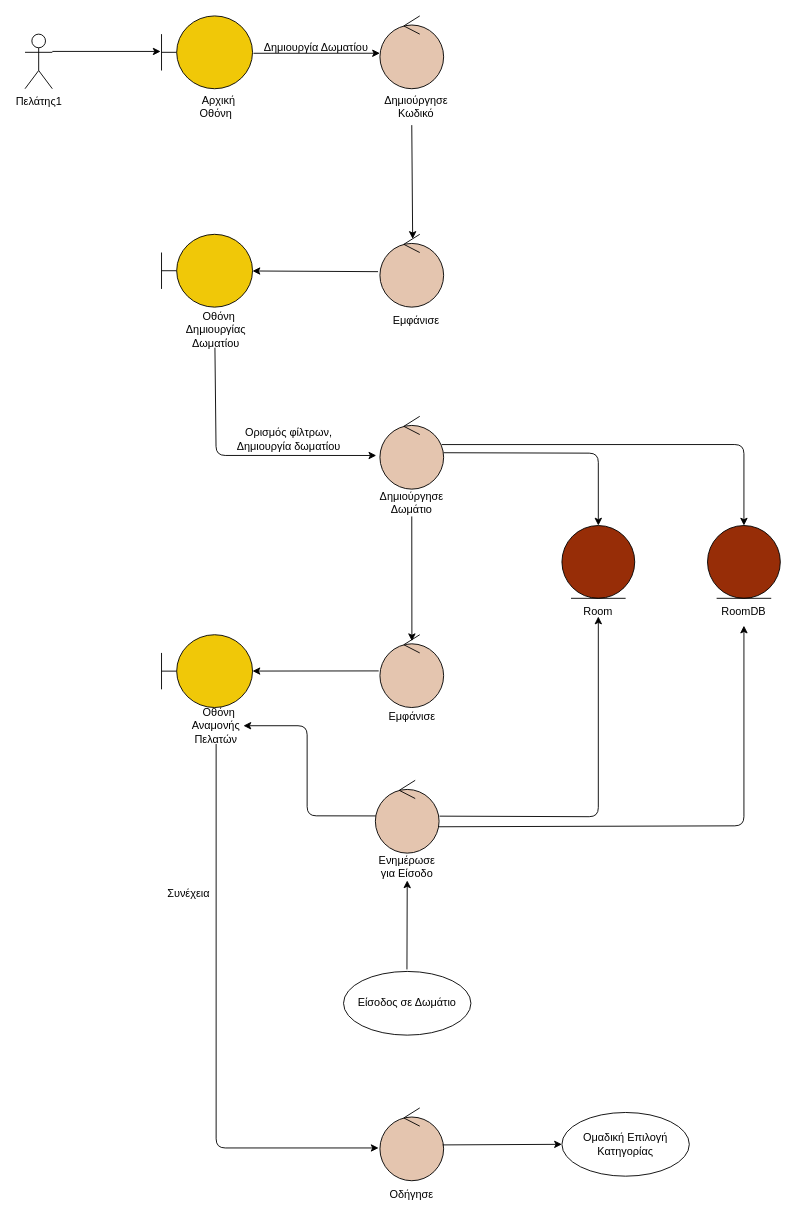
Earlier version of the draw.io diagram docs/contributions/JoannaAgo/Phase_5/Create Room/Create_Room_Robustness.drawio (iloudaros/nomnomr). Source tidied: cells renumbered, new cells numbered last; positions are measured from the earlier drawing's top-left corner, leaving out a move shared by most shapes. Both pictures are drawn from the tidied source at 91%, with x=0, y=0 at pixel (25, 15).
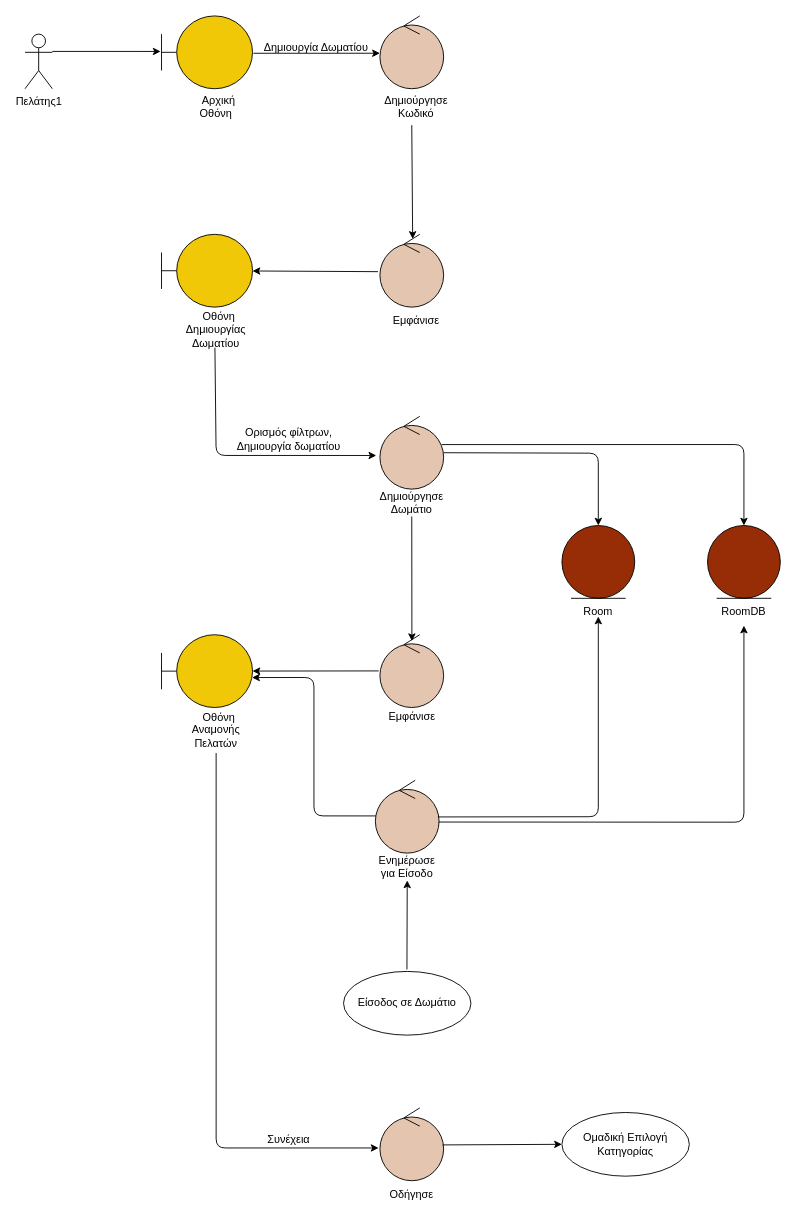
The same page after the edit.

Unchanged cells that the change refers to:
```xml
<mxCell id="24" style="shape=umlBoundary;whiteSpace=wrap;html=1;fillColor=#F0C808;" parent="1" vertex="1">
  <mxGeometry x="150" y="680" width="100" height="80" as="geometry" />
</mxCell>
<mxCell id="29" style="ellipse;shape=umlControl;whiteSpace=wrap;html=1;fillColor=#E4C5AF;" parent="1" vertex="1">
  <mxGeometry x="385" y="840" width="70" height="80" as="geometry" />
</mxCell>
<mxCell id="32" style="ellipse;shape=umlControl;whiteSpace=wrap;html=1;fillColor=#E4C5AF;" parent="1" vertex="1">
  <mxGeometry x="390" y="1200" width="70" height="80" as="geometry" />
</mxCell>
<mxCell id="41" value="RoomDB" style="text;html=1;strokeColor=none;fillColor=none;align=center;verticalAlign=middle;whiteSpace=wrap;rounded=0;" parent="1" vertex="1">
  <mxGeometry x="760" y="640" width="60" height="30" as="geometry" />
</mxCell>
```

Change to the diagram source:
```diff
@@
     <mxCell id="25" value="&amp;nbsp; Οθόνη Αναμονής Πελατών" style="text;html=1;strokeColor=none;fillColor=none;align=center;verticalAlign=middle;whiteSpace=wrap;rounded=0;" parent="1" vertex="1">
-      <mxGeometry x="180" y="770" width="60" height="20" as="geometry" />
+      <mxGeometry x="180" y="757" width="60" height="55" as="geometry" />
     </mxCell>
@@
     <mxCell id="28" value="Συνέχεια" style="text;html=1;strokeColor=none;fillColor=none;align=center;verticalAlign=middle;whiteSpace=wrap;rounded=0;" parent="1" vertex="1">
-      <mxGeometry x="110" y="950" width="140" height="30" as="geometry" />
+      <mxGeometry x="220" y="1220" width="140" height="30" as="geometry" />
     </mxCell>
@@
-    <mxCell id="31" style="endArrow=classic;html=1;rounded=1;exitX=1.007;exitY=0.492;exitDx=0;exitDy=0;exitPerimeter=0;" parent="1" edge="1" source="29">
+    <mxCell id="31" style="endArrow=classic;html=1;rounded=1;exitX=0.982;exitY=0.503;exitDx=0;exitDy=0;exitPerimeter=0;" parent="1" edge="1" source="29">
       <mxGeometry relative="1" as="geometry">
         <mxPoint x="630" y="660" as="targetPoint" />
         <Array as="points">
           <mxPoint x="630" y="880" />
         </Array>
       </mxGeometry>
     </mxCell>
@@
-    <mxCell id="33" style="endArrow=classic;html=1;rounded=1;exitX=0.006;exitY=0.489;exitDx=0;exitDy=0;exitPerimeter=0;" parent="1" edge="1" source="29" target="25">
-      <mxGeometry relative="1" as="geometry">
-        <Array as="points">
-          <mxPoint x="310" y="879" />
-          <mxPoint x="310" y="780" />
-        </Array>
-      </mxGeometry>
+    <mxCell id="33" style="endArrow=classic;html=1;rounded=1;exitX=0.006;exitY=0.489;exitDx=0;exitDy=0;exitPerimeter=0;entryX=0.995;entryY=0.588;entryDx=0;entryDy=0;entryPerimeter=0;edgeStyle=orthogonalEdgeStyle;" parent="1" edge="1" source="29" target="24">
+      <mxGeometry relative="1" as="geometry" />
     </mxCell>
@@
     <mxCell id="35" style="endArrow=classic;html=1;rounded=1;entryX=-0.021;entryY=0.55;entryDx=0;entryDy=0;entryPerimeter=0;" parent="1" edge="1" target="32">
       <mxGeometry relative="1" as="geometry">
-        <mxPoint x="210" y="800" as="sourcePoint" />
+        <mxPoint x="210" y="810" as="sourcePoint" />
         <Array as="points">
           <mxPoint x="210" y="1244" />
         </Array>
       </mxGeometry>
     </mxCell>
@@
-    <mxCell id="43" style="endArrow=classic;html=1;rounded=1;entryX=0.5;entryY=1;entryDx=0;entryDy=0;exitX=0.986;exitY=0.638;exitDx=0;exitDy=0;exitPerimeter=0;" parent="1" edge="1" source="29" target="41">
+    <mxCell id="43" style="endArrow=classic;html=1;rounded=1;exitX=0.994;exitY=0.573;exitDx=0;exitDy=0;exitPerimeter=0;" parent="1" edge="1" source="29">
       <mxGeometry relative="1" as="geometry">
+        <mxPoint x="790" y="670" as="targetPoint" />
         <Array as="points">
-          <mxPoint x="790" y="890" />
+          <mxPoint x="790" y="886" />
         </Array>
       </mxGeometry>
     </mxCell>
```
